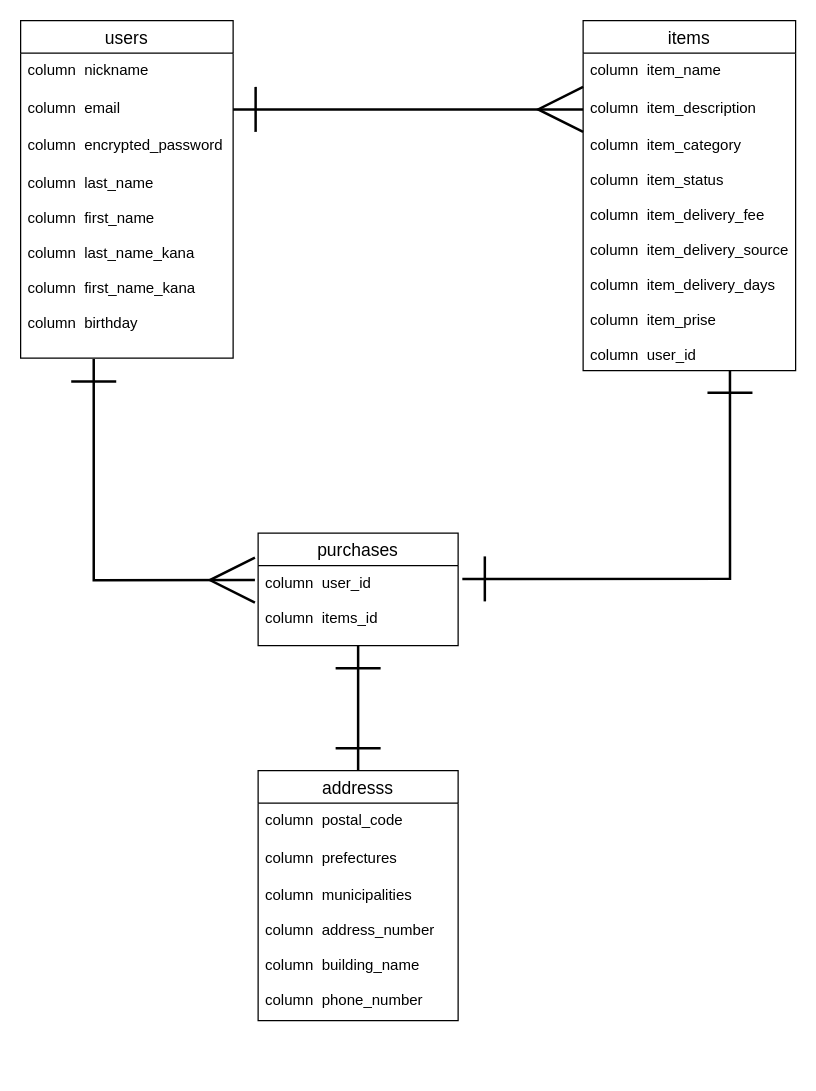
The draw.io diagram ER.dio in yuyajam1313/furima-34408, before the edit. Source tidied: cells renumbered, new cells numbered last; positions are measured from the earlier drawing's top-left corner, leaving out a move shared by most shapes. Both pictures are drawn from the tidied source at 125%, with x=0, y=0 at pixel (20, 20).
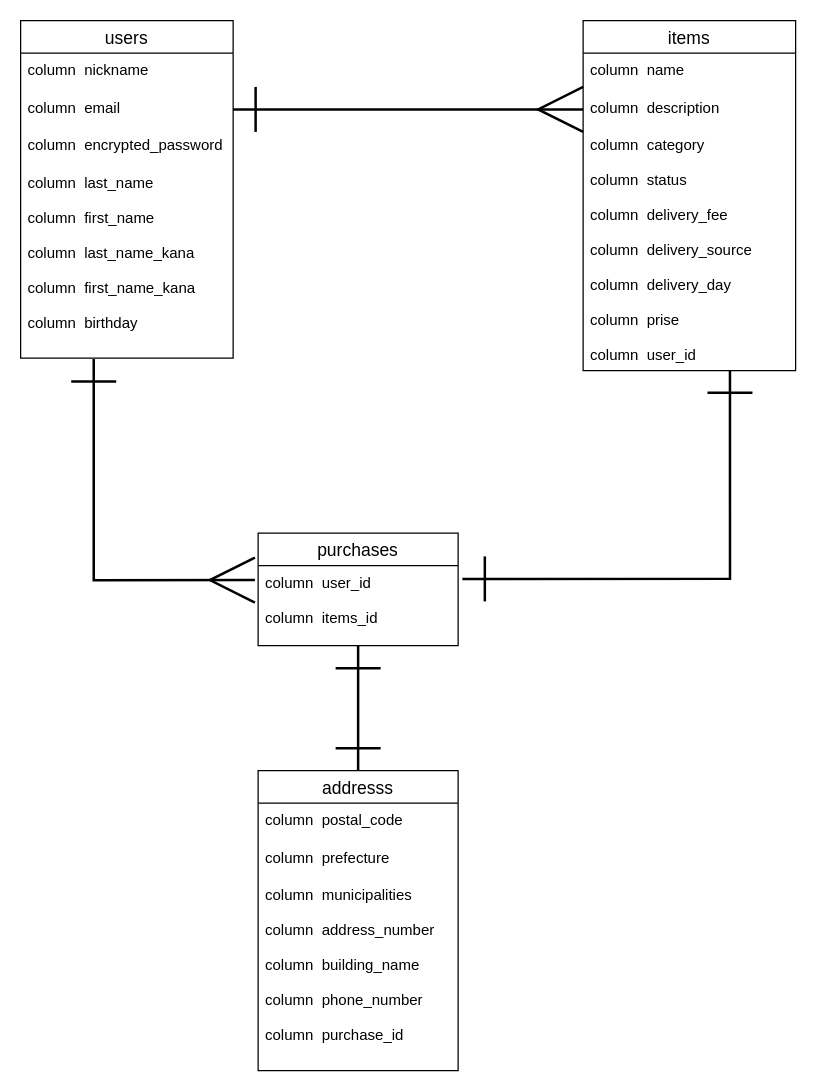
After the change.

Commit message (it also covers changes not shown here):
２回目の修正依頼

The change refers to these unchanged cells:
```xml
<mxCell id="4" value="column  user_id&#10;&#10;column  items_id" style="text;strokeColor=none;fillColor=none;spacingLeft=4;spacingRight=4;overflow=hidden;points=[[0,0.5],[1,0.5]];portConstraint=eastwest;fontSize=12;" parent="3" vertex="1">
  <mxGeometry y="26" width="160" height="64" as="geometry" />
</mxCell>
<mxCell id="5" value="items" style="swimlane;fontStyle=0;horizontal=1;startSize=26;align=center;fontSize=14;" parent="1" vertex="1">
  <mxGeometry x="450" width="170" height="280" as="geometry" />
</mxCell>
```

Change to the diagram source:
```diff
@@
-    <mxCell id="6" value="column  item_name" style="text;strokeColor=none;fillColor=none;spacingLeft=4;spacingRight=4;overflow=hidden;fontSize=12;" parent="5" vertex="1">
+    <mxCell id="6" value="column  name" style="text;strokeColor=none;fillColor=none;spacingLeft=4;spacingRight=4;overflow=hidden;fontSize=12;" parent="5" vertex="1">
       <mxGeometry y="26" width="170" height="30" as="geometry" />
     </mxCell>
-    <mxCell id="7" value="column  item_description" style="text;strokeColor=none;fillColor=none;spacingLeft=4;spacingRight=4;overflow=hidden;points=[[0,0.5],[1,0.5]];portConstraint=eastwest;fontSize=12;" parent="5" vertex="1">
+    <mxCell id="7" value="column  description" style="text;strokeColor=none;fillColor=none;spacingLeft=4;spacingRight=4;overflow=hidden;points=[[0,0.5],[1,0.5]];portConstraint=eastwest;fontSize=12;" parent="5" vertex="1">
       <mxGeometry y="56" width="170" height="30" as="geometry" />
     </mxCell>
-    <mxCell id="8" value="column  item_category&#10;&#10;column  item_status&#10;&#10;column  item_delivery_fee&#10;&#10;column  item_delivery_source&#10;&#10;column  item_delivery_days&#10;&#10;column  item_prise&#10;&#10;column  user_id" style="text;strokeColor=none;fillColor=none;spacingLeft=4;spacingRight=4;overflow=hidden;points=[[0,0.5],[1,0.5]];portConstraint=eastwest;fontSize=12;" parent="5" vertex="1">
+    <mxCell id="8" value="column  category&#10;&#10;column  status&#10;&#10;column  delivery_fee&#10;&#10;column  delivery_source&#10;&#10;column  delivery_day&#10;&#10;column  prise&#10;&#10;column  user_id" style="text;strokeColor=none;fillColor=none;spacingLeft=4;spacingRight=4;overflow=hidden;points=[[0,0.5],[1,0.5]];portConstraint=eastwest;fontSize=12;" parent="5" vertex="1">
       <mxGeometry y="86" width="170" height="194" as="geometry" />
     </mxCell>
@@
     <mxCell id="15" style="edgeStyle=orthogonalEdgeStyle;rounded=0;jumpSize=24;jettySize=auto;html=1;exitX=1.021;exitY=0.166;exitDx=0;exitDy=0;endArrow=ERone;endFill=0;endSize=33;strokeWidth=2;startArrow=ERone;startFill=0;startSize=33;exitPerimeter=0;entryX=0.691;entryY=0.998;entryDx=0;entryDy=0;entryPerimeter=0;" parent="1" edge="1" source="4" target="8">
-      <mxGeometry relative="1" as="geometry" />
+      <mxGeometry relative="1" as="geometry">
+        <Array as="points">
+          <mxPoint x="568" y="447" />
+        </Array>
+      </mxGeometry>
     </mxCell>
@@
     <mxCell id="17" value="addresss" style="swimlane;fontStyle=0;horizontal=1;startSize=26;align=center;fontSize=14;" parent="1" vertex="1">
-      <mxGeometry x="190" y="600" width="160" height="200" as="geometry" />
+      <mxGeometry x="190" y="600" width="160" height="240" as="geometry" />
     </mxCell>
@@
-    <mxCell id="19" value="column  prefectures" style="text;strokeColor=none;fillColor=none;spacingLeft=4;spacingRight=4;overflow=hidden;fontSize=12;" parent="17" vertex="1">
+    <mxCell id="19" value="column  prefecture" style="text;strokeColor=none;fillColor=none;spacingLeft=4;spacingRight=4;overflow=hidden;fontSize=12;" parent="17" vertex="1">
       <mxGeometry y="56" width="160" height="30" as="geometry" />
     </mxCell>
-    <mxCell id="20" value="column  municipalities&#10;&#10;column  address_number&#10;&#10;column  building_name&#10;&#10;column  phone_number" style="text;strokeColor=none;fillColor=none;spacingLeft=4;spacingRight=4;overflow=hidden;fontSize=12;" parent="17" vertex="1">
-      <mxGeometry y="86" width="160" height="114" as="geometry" />
+    <mxCell id="20" value="column  municipalities&#10;&#10;column  address_number&#10;&#10;column  building_name&#10;&#10;column  phone_number&#10;&#10;column  purchase_id" style="text;strokeColor=none;fillColor=none;spacingLeft=4;spacingRight=4;overflow=hidden;fontSize=12;" parent="17" vertex="1">
+      <mxGeometry y="86" width="160" height="154" as="geometry" />
     </mxCell>
```
